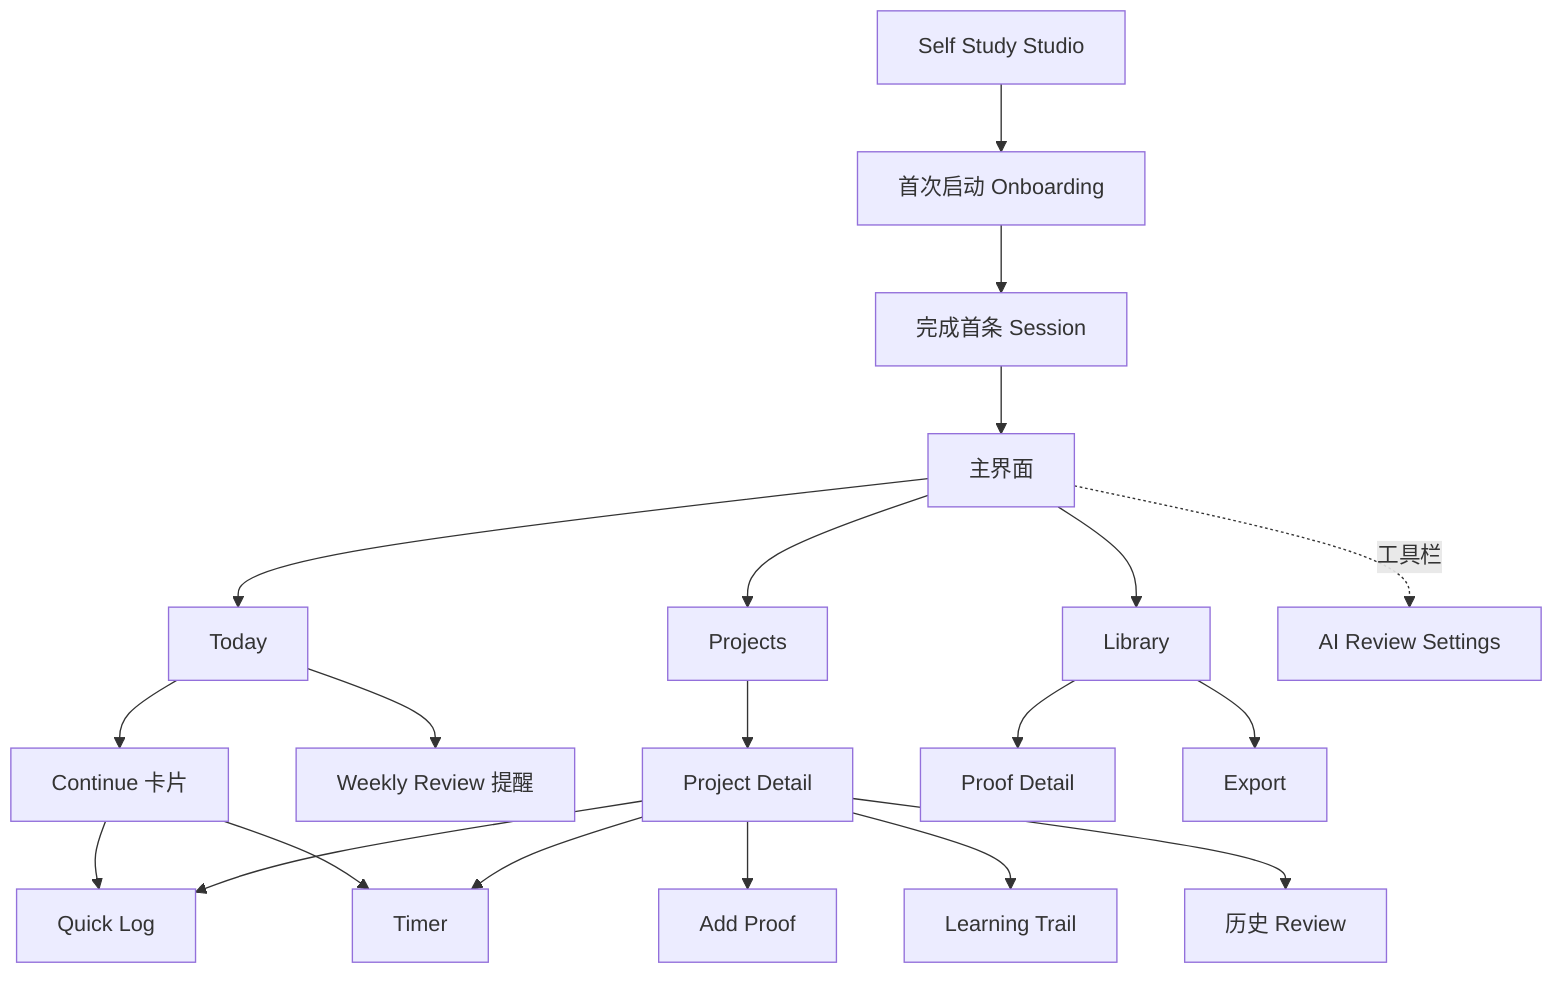
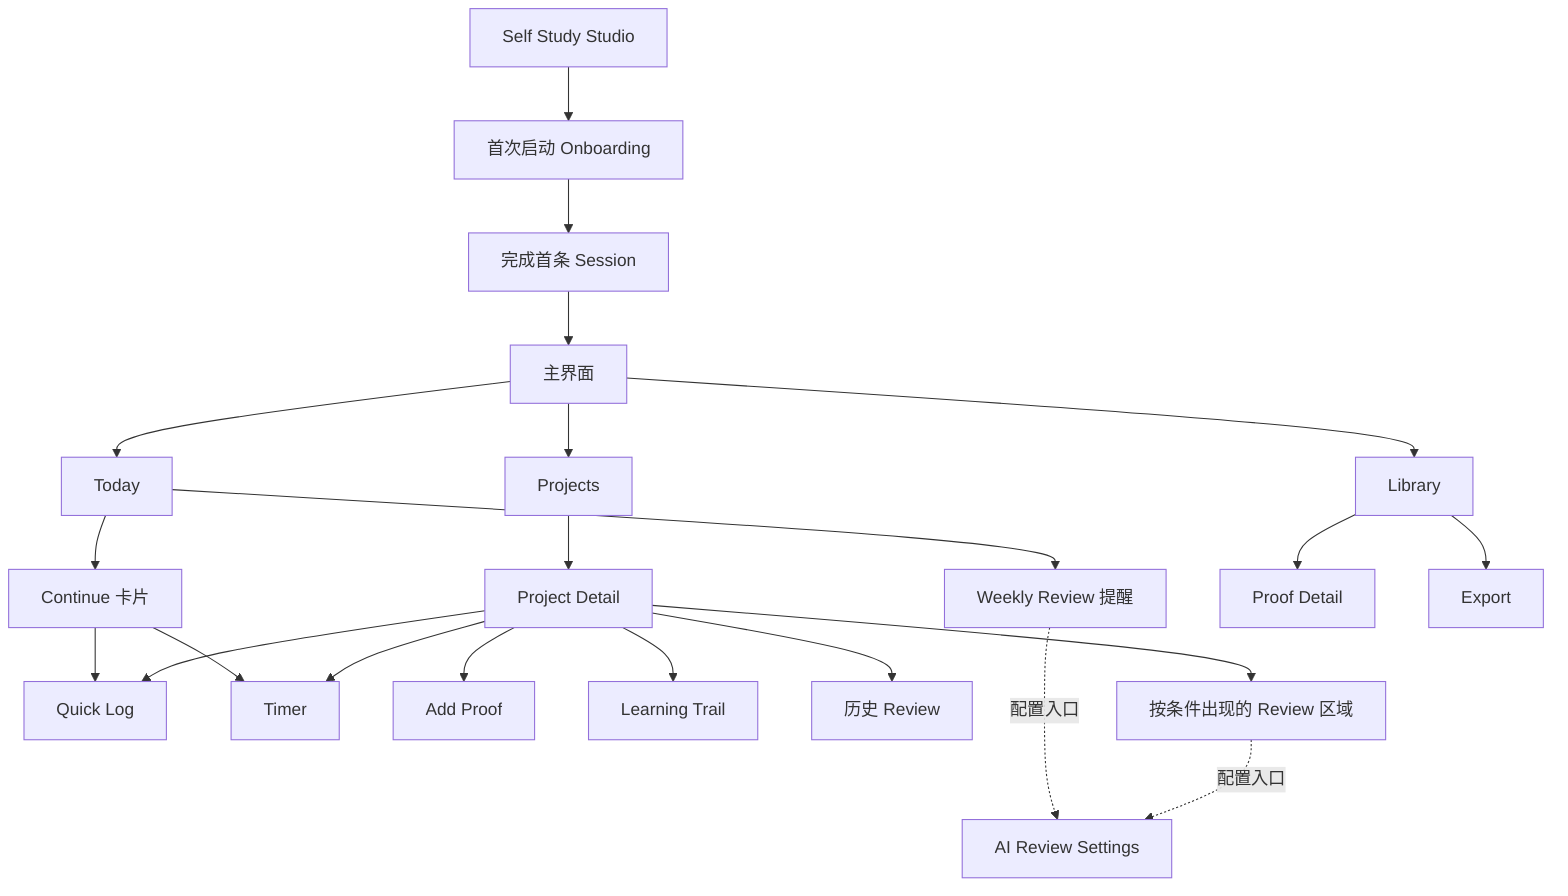
flowchart TD
  APP[Self Study Studio] --> O[首次启动 Onboarding]
  O --> F[完成首条 Session]
  F --> ROOT[主界面]
  ROOT --> TODAY[Today]
  ROOT --> PROJECTS[Projects]
  ROOT --> LIBRARY[Library]
  TODAY --> CONTINUE[Continue 卡片]
  CONTINUE --> QUICK[Quick Log]
  CONTINUE --> TIMER[Timer]
  TODAY --> REVIEW[Weekly Review 提醒]
  PROJECTS --> DETAIL[Project Detail]
  DETAIL --> QUICK
  DETAIL --> TIMER
  DETAIL --> PROOF[Add Proof]
  DETAIL --> TRAIL[Learning Trail]
  DETAIL --> HISTORY[历史 Review]
+   DETAIL --> PROJECTREVIEW[按条件出现的 Review 区域]
  LIBRARY --> PROOFDETAIL[Proof Detail]
  LIBRARY --> EXPORT[Export]
-   ROOT -.工具栏.-> SETTINGS[AI Review Settings]
+   REVIEW -.配置入口.-> SETTINGS[AI Review Settings]
+   PROJECTREVIEW -.配置入口.-> SETTINGS
